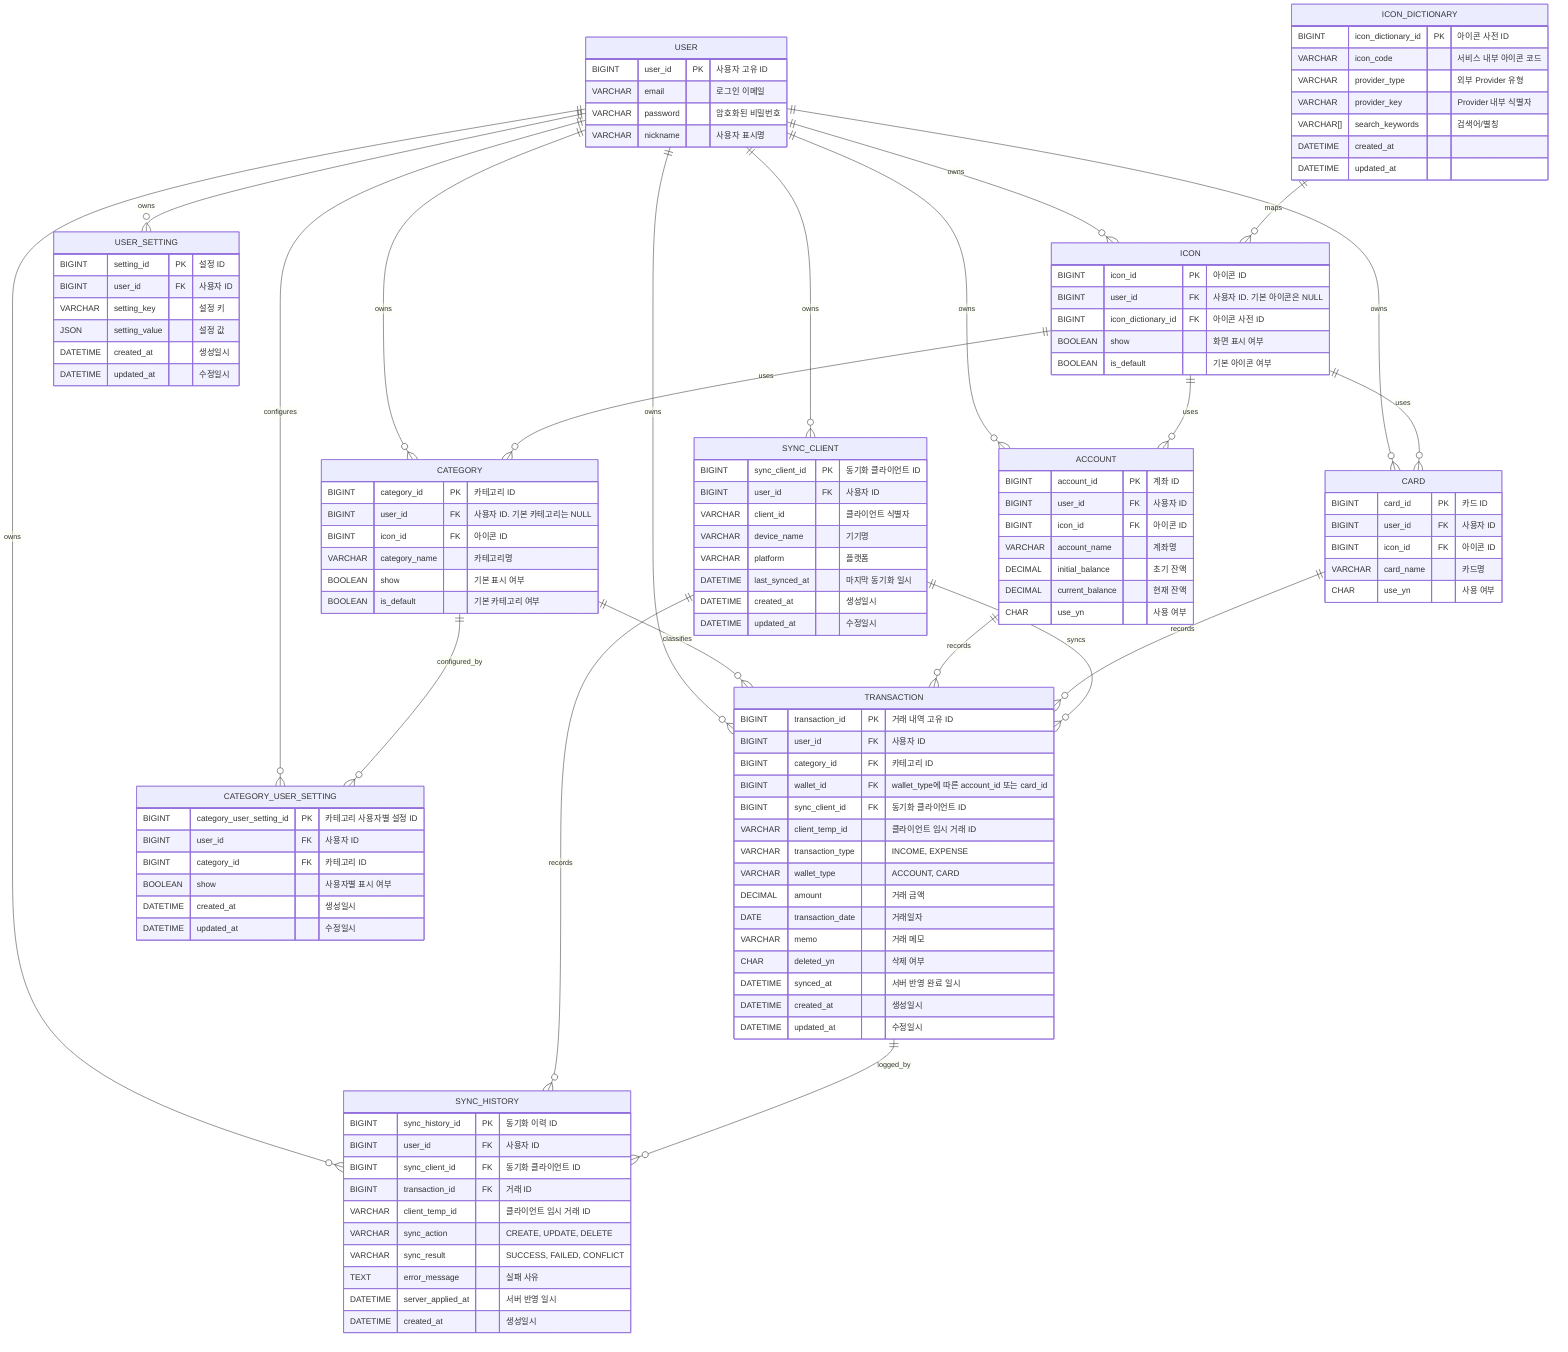
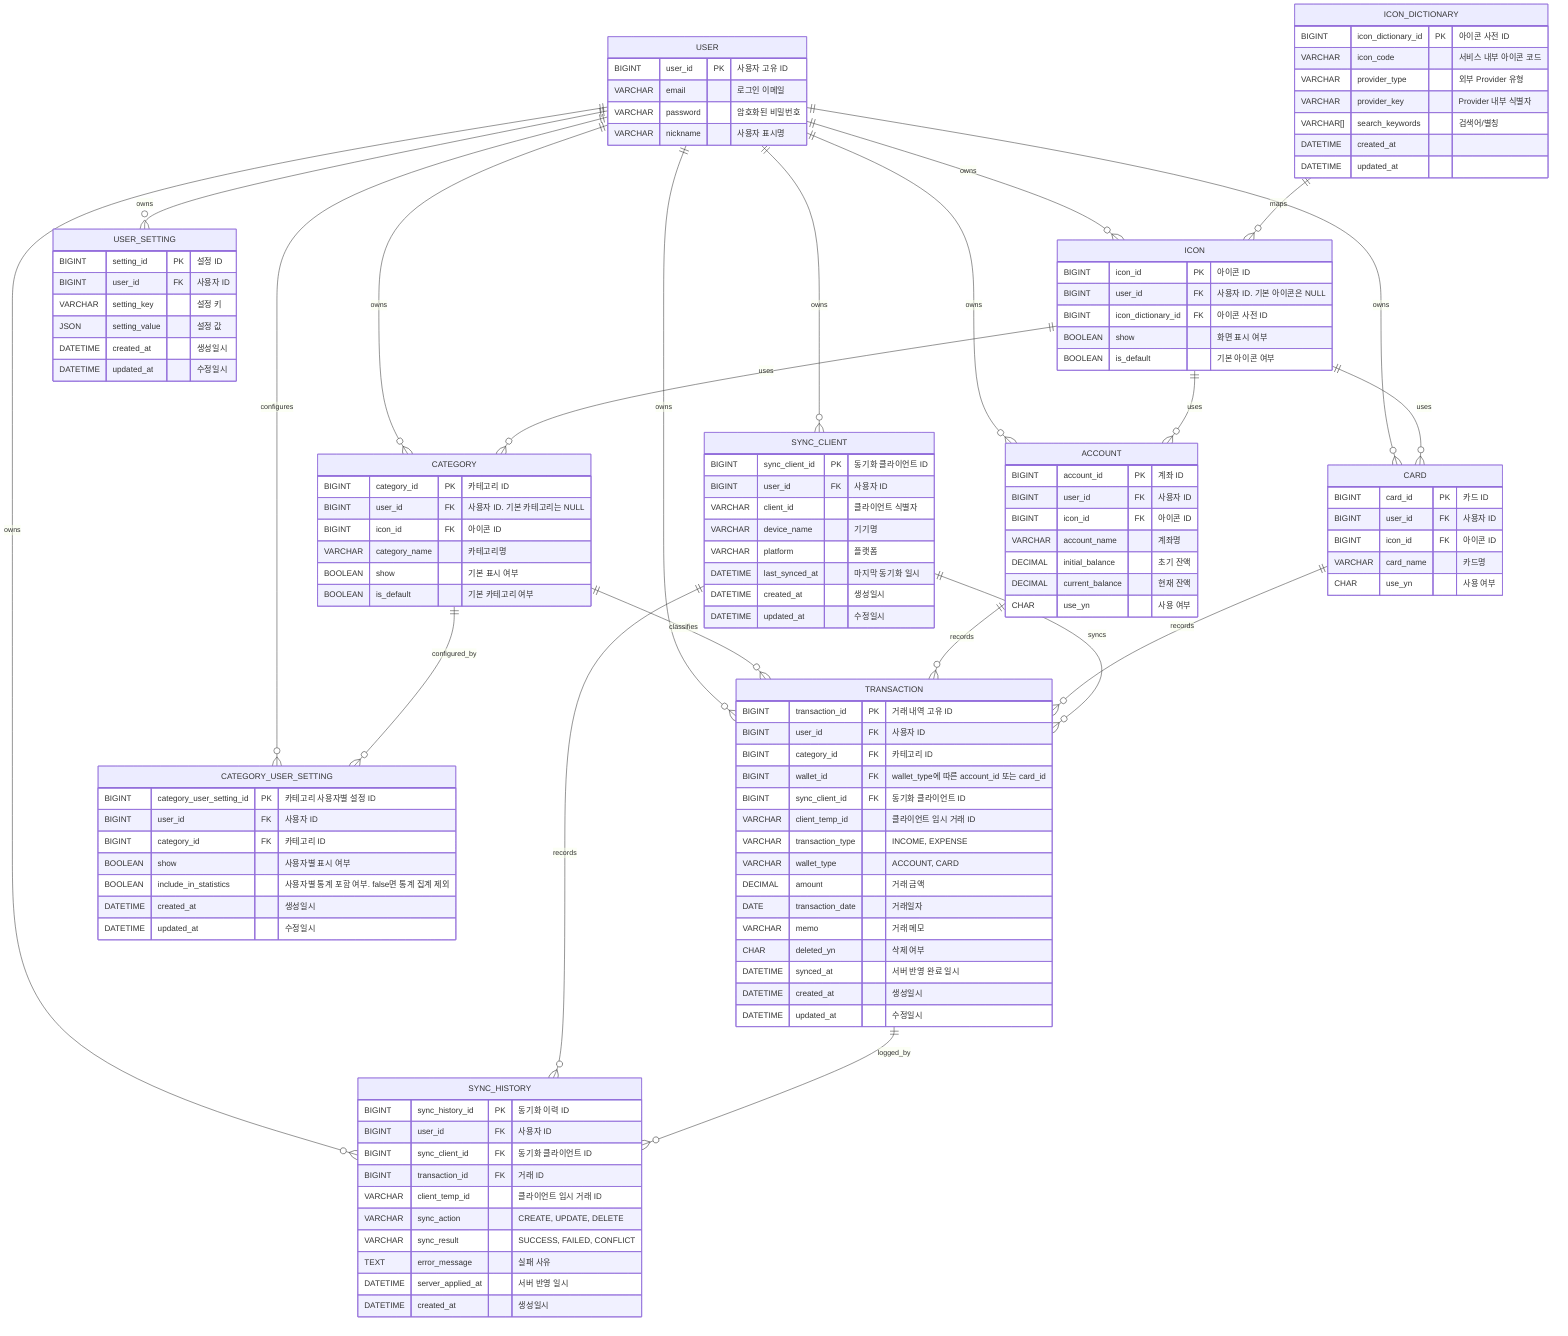
```mermaid
erDiagram

    USER ||--o{ TRANSACTION : owns
    USER ||--o{ ACCOUNT : owns
    USER ||--o{ CARD : owns
    USER ||--o{ CATEGORY : owns
    USER ||--o{ CATEGORY_USER_SETTING : configures
    USER ||--o{ ICON : owns
    ICON_DICTIONARY ||--o{ ICON : maps
    USER ||--o{ USER_SETTING : owns
    USER ||--o{ SYNC_CLIENT : owns
    USER ||--o{ SYNC_HISTORY : owns

    CATEGORY ||--o{ TRANSACTION : classifies
    CATEGORY ||--o{ CATEGORY_USER_SETTING : configured_by

    ACCOUNT ||--o{ TRANSACTION : records
    CARD ||--o{ TRANSACTION : records
    SYNC_CLIENT ||--o{ TRANSACTION : syncs
    SYNC_CLIENT ||--o{ SYNC_HISTORY : records
    TRANSACTION ||--o{ SYNC_HISTORY : logged_by

    ICON ||--o{ ACCOUNT : uses
    ICON ||--o{ CARD : uses
    ICON ||--o{ CATEGORY : uses

    ICON_DICTIONARY {
        BIGINT icon_dictionary_id PK "아이콘 사전 ID"
        VARCHAR icon_code "서비스 내부 아이콘 코드"
        VARCHAR provider_type "외부 Provider 유형"
        VARCHAR provider_key "Provider 내부 식별자"
        VARCHAR[] search_keywords "검색어/별칭"
        DATETIME created_at
        DATETIME updated_at
    }

    USER {
        BIGINT user_id PK "사용자 고유 ID"
        VARCHAR email "로그인 이메일"
        VARCHAR password "암호화된 비밀번호"
        VARCHAR nickname "사용자 표시명"
    }

    TRANSACTION {
        BIGINT transaction_id PK "거래 내역 고유 ID"
        BIGINT user_id FK "사용자 ID"
        BIGINT category_id FK "카테고리 ID"
        BIGINT wallet_id FK "wallet_type에 따른 account_id 또는 card_id"
        BIGINT sync_client_id FK "동기화 클라이언트 ID"
        VARCHAR client_temp_id "클라이언트 임시 거래 ID"
        VARCHAR transaction_type "INCOME, EXPENSE"
        VARCHAR wallet_type "ACCOUNT, CARD"
        DECIMAL amount "거래 금액"
        DATE transaction_date "거래일자"
        VARCHAR memo "거래 메모"
        CHAR deleted_yn "삭제 여부"
        DATETIME synced_at "서버 반영 완료 일시"
        DATETIME created_at "생성일시"
        DATETIME updated_at "수정일시"
    }

    ACCOUNT {
        BIGINT account_id PK "계좌 ID"
        BIGINT user_id FK "사용자 ID"
        BIGINT icon_id FK "아이콘 ID"
        VARCHAR account_name "계좌명"
        DECIMAL initial_balance "초기 잔액"
        DECIMAL current_balance "현재 잔액"
        CHAR use_yn "사용 여부"
    }

    CARD {
        BIGINT card_id PK "카드 ID"
        BIGINT user_id FK "사용자 ID"
        BIGINT icon_id FK "아이콘 ID"
        VARCHAR card_name "카드명"
        CHAR use_yn "사용 여부"
    }

    CATEGORY {
        BIGINT category_id PK "카테고리 ID"
        BIGINT user_id FK "사용자 ID. 기본 카테고리는 NULL"
        BIGINT icon_id FK "아이콘 ID"
        VARCHAR category_name "카테고리명"
        BOOLEAN show "기본 표시 여부"
        BOOLEAN is_default "기본 카테고리 여부"
    }

    CATEGORY_USER_SETTING {
        BIGINT category_user_setting_id PK "카테고리 사용자별 설정 ID"
        BIGINT user_id FK "사용자 ID"
        BIGINT category_id FK "카테고리 ID"
        BOOLEAN show "사용자별 표시 여부"
+         BOOLEAN include_in_statistics "사용자별 통계 포함 여부. false면 통계 집계 제외"
        DATETIME created_at "생성일시"
        DATETIME updated_at "수정일시"
    }

    ICON {
        BIGINT icon_id PK "아이콘 ID"
        BIGINT user_id FK "사용자 ID. 기본 아이콘은 NULL"
        BIGINT icon_dictionary_id FK "아이콘 사전 ID"
        BOOLEAN show "화면 표시 여부"
        BOOLEAN is_default "기본 아이콘 여부"
    }

    USER_SETTING {
        BIGINT setting_id PK "설정 ID"
        BIGINT user_id FK "사용자 ID"
        VARCHAR setting_key "설정 키"
        JSON setting_value "설정 값"
        DATETIME created_at "생성일시"
        DATETIME updated_at "수정일시"
    }

    SYNC_CLIENT {
        BIGINT sync_client_id PK "동기화 클라이언트 ID"
        BIGINT user_id FK "사용자 ID"
        VARCHAR client_id "클라이언트 식별자"
        VARCHAR device_name "기기명"
        VARCHAR platform "플랫폼"
        DATETIME last_synced_at "마지막 동기화 일시"
        DATETIME created_at "생성일시"
        DATETIME updated_at "수정일시"
    }

    SYNC_HISTORY {
        BIGINT sync_history_id PK "동기화 이력 ID"
        BIGINT user_id FK "사용자 ID"
        BIGINT sync_client_id FK "동기화 클라이언트 ID"
        BIGINT transaction_id FK "거래 ID"
        VARCHAR client_temp_id "클라이언트 임시 거래 ID"
        VARCHAR sync_action "CREATE, UPDATE, DELETE"
        VARCHAR sync_result "SUCCESS, FAILED, CONFLICT"
        TEXT error_message "실패 사유"
        DATETIME server_applied_at "서버 반영 일시"
        DATETIME created_at "생성일시"
    }
```
